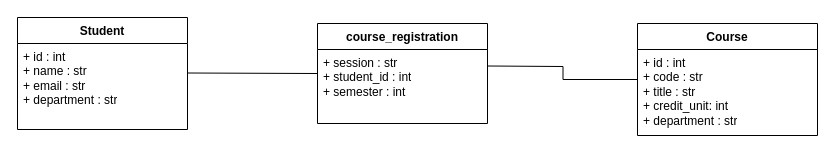
Before: classdiagram.drawio in Course-Enrollment-System/course-enrollment-system, a draw.io diagram. Source tidied: cells renumbered, new cells numbered last; positions are measured from the earlier drawing's top-left corner, leaving out a move shared by most shapes. Both pictures are drawn from the tidied source at 100%, with x=0, y=0 at pixel (17, 17).
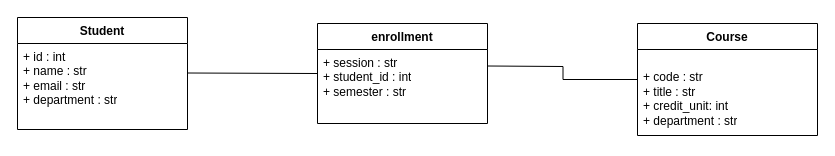
The same diagram, later.

Commit message:
uml review

What changed in the source:
```diff
@@
 <mxGraphModel>
   <root>
     <mxCell id="0" />
     <mxCell id="1" parent="0" />
-    <mxCell id="2" value="course_registration" style="swimlane;fontStyle=1;align=center;verticalAlign=top;horizontal=1;startSize=26;whiteSpace=wrap;html=1;" parent="1" vertex="1">
+    <mxCell id="2" value="enrollment" style="swimlane;fontStyle=1;align=center;verticalAlign=top;horizontal=1;startSize=26;whiteSpace=wrap;html=1;" parent="1" vertex="1">
       <mxGeometry x="300" y="6" width="170" height="100" as="geometry" />
     </mxCell>
-    <mxCell id="3" value="+ session : str&lt;br&gt;+ student_id : int&lt;br&gt;+ semester : int" style="text;strokeColor=none;fillColor=none;align=left;verticalAlign=top;spacingLeft=4;spacingRight=4;overflow=hidden;whiteSpace=wrap;html=1;" parent="2" vertex="1">
+    <mxCell id="3" value="+ session : str&lt;br&gt;+ student_id : int&lt;br&gt;+ semester : str" style="text;strokeColor=none;fillColor=none;align=left;verticalAlign=top;spacingLeft=4;spacingRight=4;overflow=hidden;whiteSpace=wrap;html=1;" parent="2" vertex="1">
       <mxGeometry y="26" width="170" height="74" as="geometry" />
     </mxCell>
     <mxCell id="4" value="Course" style="swimlane;fontStyle=1;align=center;verticalAlign=top;horizontal=1;startSize=26;whiteSpace=wrap;html=1;" parent="1" vertex="1">
       <mxGeometry x="620" y="6" width="180" height="112" as="geometry" />
     </mxCell>
-    <mxCell id="5" value="+ id : int&lt;br&gt;+ code : str&lt;br&gt;+ title : str&lt;div&gt;+ credit_unit: int&lt;/div&gt;&lt;div&gt;+ department : str&lt;div&gt;&lt;br&gt;&lt;/div&gt;&lt;/div&gt;" style="text;strokeColor=none;fillColor=none;align=left;verticalAlign=top;spacingLeft=4;spacingRight=4;overflow=hidden;whiteSpace=wrap;html=1;" parent="4" vertex="1">
+    <mxCell id="5" value="&lt;br&gt;+ code : str&lt;br&gt;+ title : str&lt;div&gt;+ credit_unit: int&lt;/div&gt;&lt;div&gt;+ department : str&lt;div&gt;&lt;br&gt;&lt;/div&gt;&lt;/div&gt;" style="text;strokeColor=none;fillColor=none;align=left;verticalAlign=top;spacingLeft=4;spacingRight=4;overflow=hidden;whiteSpace=wrap;html=1;" parent="4" vertex="1">
       <mxGeometry y="26" width="180" height="86" as="geometry" />
     </mxCell>
     <mxCell id="6" value="Student" style="swimlane;fontStyle=1;align=center;verticalAlign=top;horizontal=1;startSize=26;whiteSpace=wrap;html=1;" parent="1" vertex="1">
       <mxGeometry width="170" height="112" as="geometry" />
     </mxCell>
     <mxCell id="7" value="+ id : int&lt;br&gt;+ name : str&lt;br&gt;+ email : str&lt;br&gt;+ department : str" style="text;strokeColor=none;fillColor=none;align=left;verticalAlign=top;spacingLeft=4;spacingRight=4;overflow=hidden;whiteSpace=wrap;html=1;" parent="6" vertex="1">
       <mxGeometry y="26" width="170" height="86" as="geometry" />
     </mxCell>
     <mxCell id="8" style="endArrow=none;html=1;edgeStyle=orthogonalEdgeStyle;rounded=0;entryX=0;entryY=0.5;entryDx=0;entryDy=0;" parent="1" edge="1" target="2">
       <mxGeometry relative="1" as="geometry">
         <mxPoint x="170" y="55.5" as="sourcePoint" />
       </mxGeometry>
     </mxCell>
     <mxCell id="9" style="endArrow=none;html=1;edgeStyle=orthogonalEdgeStyle;rounded=0;entryX=0;entryY=0.5;entryDx=0;entryDy=0;" parent="1" edge="1" target="4">
       <mxGeometry relative="1" as="geometry">
         <mxPoint x="470" y="48.5" as="sourcePoint" />
       </mxGeometry>
     </mxCell>
   </root>
 </mxGraphModel>
```
